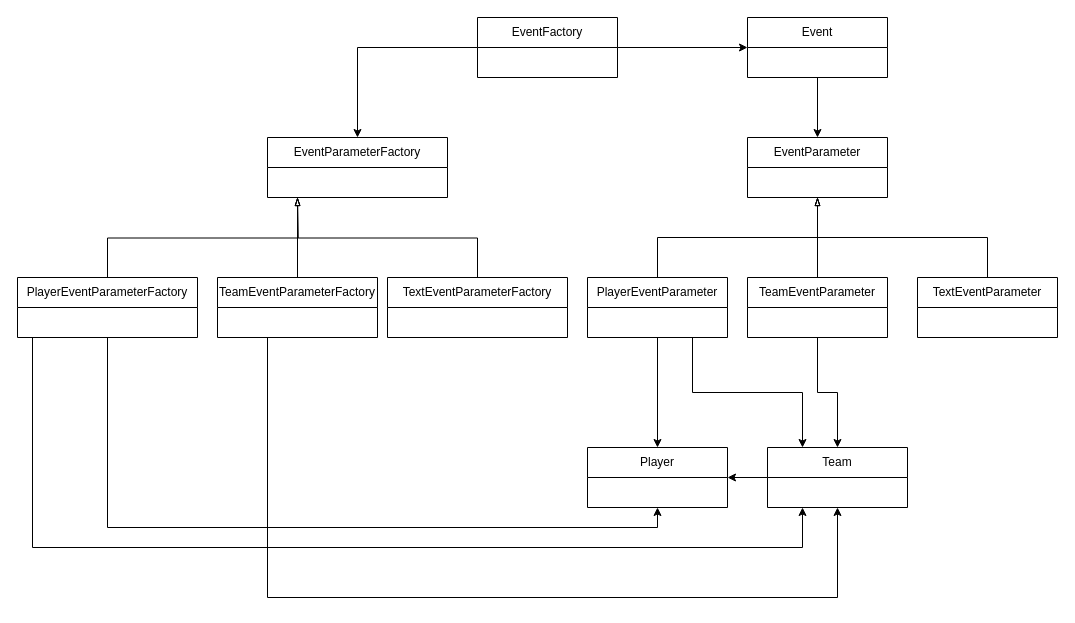
This is src/Docs/diagrams.drawio from lurcheo/Hockey, a draw.io file, before an edit. Source tidied: cells renumbered, new cells numbered last; positions are measured from the earlier drawing's top-left corner, leaving out a move shared by most shapes. Both pictures are drawn from the tidied source at 100%, with x=0, y=0 at pixel (17, 17).
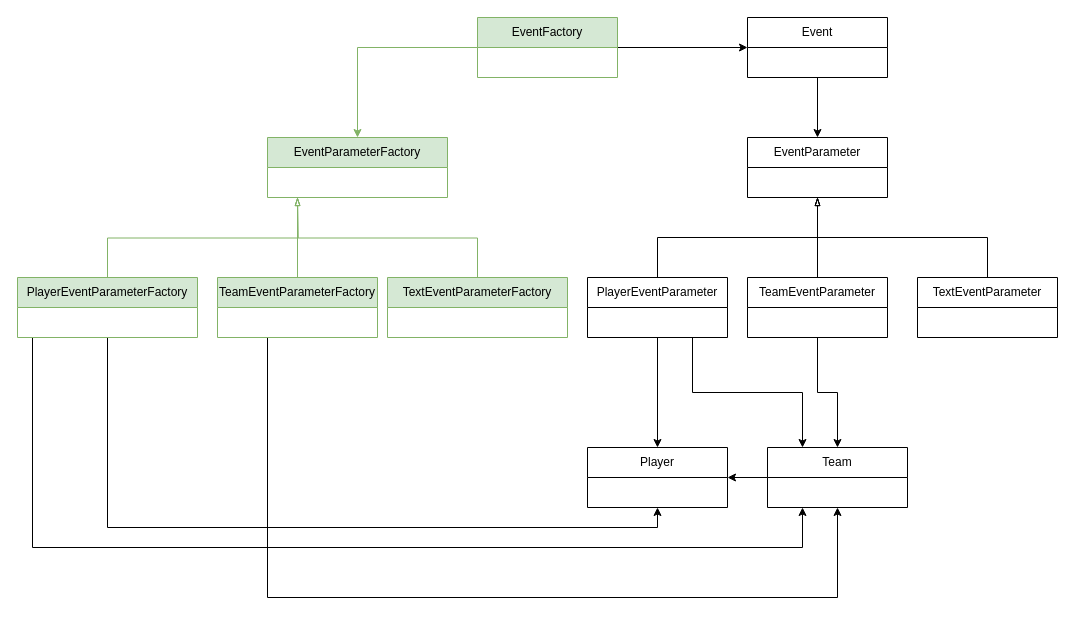
The same diagram, later.

Change to the diagram source:
```diff
@@
-    <mxCell id="18" style="edgeStyle=orthogonalEdgeStyle;rounded=0;jettySize=auto;html=1;exitX=0;exitY=0.5;exitDx=0;exitDy=0;entryX=0.5;entryY=0;entryDx=0;entryDy=0;" parent="1" edge="1" source="19" target="20">
+    <mxCell id="18" style="edgeStyle=orthogonalEdgeStyle;rounded=0;jettySize=auto;html=1;exitX=0;exitY=0.5;exitDx=0;exitDy=0;entryX=0.5;entryY=0;entryDx=0;entryDy=0;fillColor=#d5e8d4;strokeColor=#82b366;" parent="1" edge="1" source="19" target="20">
       <mxGeometry relative="1" as="geometry" />
     </mxCell>
-    <mxCell id="19" value="EventFactory" style="swimlane;fontStyle=0;horizontal=1;startSize=30;whiteSpace=wrap;html=1;" parent="1" vertex="1">
+    <mxCell id="19" value="EventFactory" style="swimlane;fontStyle=0;horizontal=1;startSize=30;whiteSpace=wrap;html=1;fillColor=#d5e8d4;strokeColor=#82b366;" parent="1" vertex="1">
       <mxGeometry x="460" width="140" height="60" as="geometry" />
     </mxCell>
-    <mxCell id="20" value="EventParameterFactory" style="swimlane;fontStyle=0;horizontal=1;startSize=30;whiteSpace=wrap;html=1;" parent="1" vertex="1">
+    <mxCell id="20" value="EventParameterFactory" style="swimlane;fontStyle=0;horizontal=1;startSize=30;whiteSpace=wrap;html=1;fillColor=#d5e8d4;strokeColor=#82b366;" parent="1" vertex="1">
       <mxGeometry x="250" y="120" width="180" height="60" as="geometry" />
     </mxCell>
-    <mxCell id="21" style="edgeStyle=orthogonalEdgeStyle;rounded=0;jettySize=auto;html=1;exitX=0.5;exitY=0;exitDx=0;exitDy=0;entryX=0.5;entryY=1;entryDx=0;entryDy=0;startArrow=none;startFill=0;endArrow=blockThin;endFill=0;" parent="1" edge="1" source="24">
+    <mxCell id="21" style="edgeStyle=orthogonalEdgeStyle;rounded=0;jettySize=auto;html=1;exitX=0.5;exitY=0;exitDx=0;exitDy=0;entryX=0.5;entryY=1;entryDx=0;entryDy=0;startArrow=none;startFill=0;endArrow=blockThin;endFill=0;fillColor=#d5e8d4;strokeColor=#82b366;" parent="1" edge="1" source="24">
       <mxGeometry relative="1" as="geometry">
         <mxPoint x="280" y="180" as="targetPoint" />
       </mxGeometry>
     </mxCell>
@@
-    <mxCell id="24" value="PlayerEventParameterFactory" style="swimlane;fontStyle=0;horizontal=1;startSize=30;whiteSpace=wrap;html=1;" parent="1" vertex="1">
+    <mxCell id="24" value="PlayerEventParameterFactory" style="swimlane;fontStyle=0;horizontal=1;startSize=30;whiteSpace=wrap;html=1;fillColor=#d5e8d4;strokeColor=#82b366;" parent="1" vertex="1">
       <mxGeometry y="260" width="180" height="60" as="geometry" />
     </mxCell>
-    <mxCell id="25" style="edgeStyle=orthogonalEdgeStyle;rounded=0;jettySize=auto;html=1;exitX=0.5;exitY=0;exitDx=0;exitDy=0;entryX=0.5;entryY=1;entryDx=0;entryDy=0;startArrow=none;startFill=0;endArrow=blockThin;endFill=0;" parent="1" edge="1" source="27">
+    <mxCell id="25" style="edgeStyle=orthogonalEdgeStyle;rounded=0;jettySize=auto;html=1;exitX=0.5;exitY=0;exitDx=0;exitDy=0;entryX=0.5;entryY=1;entryDx=0;entryDy=0;startArrow=none;startFill=0;endArrow=blockThin;endFill=0;fillColor=#d5e8d4;strokeColor=#82b366;" parent="1" edge="1" source="27">
       <mxGeometry relative="1" as="geometry">
         <mxPoint x="280" y="180" as="targetPoint" />
       </mxGeometry>
     </mxCell>
@@
-    <mxCell id="27" value="TeamEventParameterFactory" style="swimlane;fontStyle=0;horizontal=1;startSize=30;whiteSpace=wrap;html=1;" parent="1" vertex="1">
+    <mxCell id="27" value="TeamEventParameterFactory" style="swimlane;fontStyle=0;horizontal=1;startSize=30;whiteSpace=wrap;html=1;fillColor=#d5e8d4;strokeColor=#82b366;" parent="1" vertex="1">
       <mxGeometry x="200" y="260" width="160" height="60" as="geometry" />
     </mxCell>
-    <mxCell id="28" style="edgeStyle=orthogonalEdgeStyle;rounded=0;jettySize=auto;html=1;exitX=0.5;exitY=0;exitDx=0;exitDy=0;entryX=0.5;entryY=1;entryDx=0;entryDy=0;startArrow=none;startFill=0;endArrow=blockThin;endFill=0;" parent="1" edge="1" source="29">
+    <mxCell id="28" style="edgeStyle=orthogonalEdgeStyle;rounded=0;jettySize=auto;html=1;exitX=0.5;exitY=0;exitDx=0;exitDy=0;entryX=0.5;entryY=1;entryDx=0;entryDy=0;startArrow=none;startFill=0;endArrow=blockThin;endFill=0;fillColor=#d5e8d4;strokeColor=#82b366;" parent="1" edge="1" source="29">
       <mxGeometry relative="1" as="geometry">
         <mxPoint x="280" y="180" as="targetPoint" />
       </mxGeometry>
     </mxCell>
-    <mxCell id="29" value="TextEventParameterFactory" style="swimlane;fontStyle=0;horizontal=1;startSize=30;whiteSpace=wrap;html=1;" parent="1" vertex="1">
+    <mxCell id="29" value="TextEventParameterFactory" style="swimlane;fontStyle=0;horizontal=1;startSize=30;whiteSpace=wrap;html=1;fillColor=#d5e8d4;strokeColor=#82b366;" parent="1" vertex="1">
       <mxGeometry x="370" y="260" width="180" height="60" as="geometry" />
     </mxCell>
```
